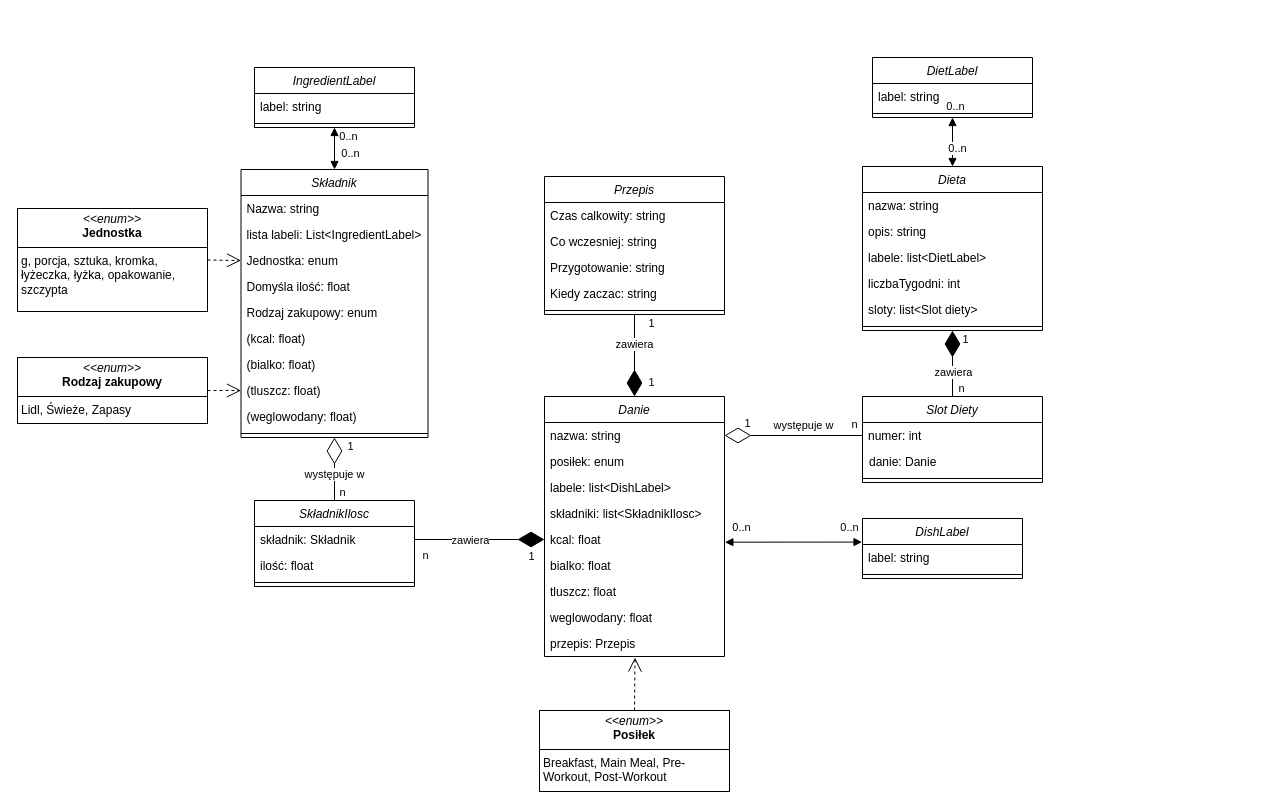
The draw.io diagram conceptual-erd.drawio in 0x41gawor/dietoned-ba, before the edit. Source tidied: cells renumbered, new cells numbered last; positions are measured from the earlier drawing's top-left corner, leaving out a move shared by most shapes. Both pictures are drawn from the tidied source at 100%, with x=0, y=0 at pixel (17, 57).
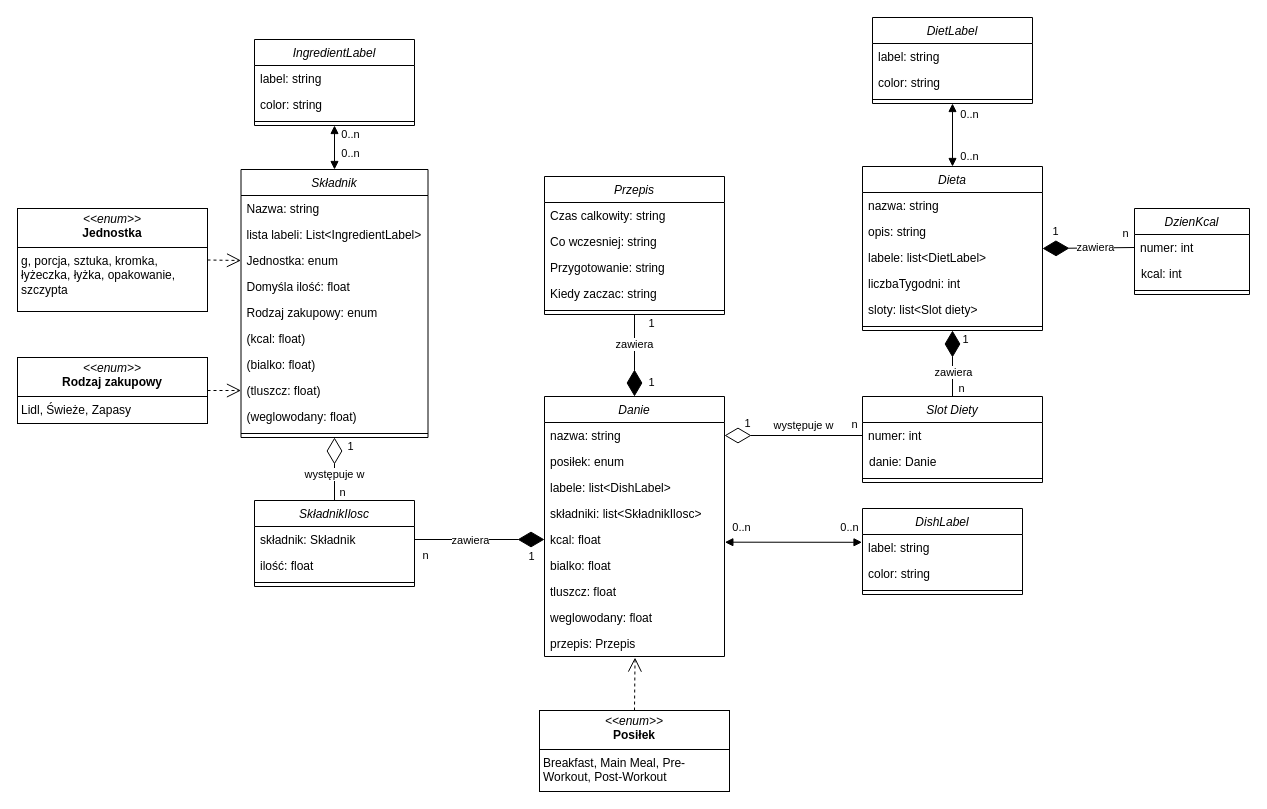
After the change.

The change refers to these unchanged cells:
```xml
<mxCell id="45" value="Dieta" style="swimlane;fontStyle=2;align=center;verticalAlign=top;horizontal=1;startSize=26;rounded=0;shadow=0;strokeWidth=1;" parent="1" vertex="1">
  <mxGeometry x="845" y="109" width="180" height="164" as="geometry" />
</mxCell>
<mxCell id="79" style="endArrow=block;startArrow=block;endFill=1;startFill=1;html=1;entryX=0.5;entryY=1;entryDx=0;entryDy=0;exitX=0.5;exitY=0;exitDx=0;exitDy=0;" parent="1" edge="1" source="45" target="76">
  <mxGeometry relative="1" as="geometry" />
</mxCell>
<mxCell id="85" style="endArrow=block;startArrow=block;endFill=1;startFill=1;html=1;entryX=0.5;entryY=1;entryDx=0;entryDy=0;exitX=0.5;exitY=0;exitDx=0;exitDy=0;" parent="1" edge="1" source="2" target="82">
  <mxGeometry relative="1" as="geometry" />
</mxCell>
```

What changed in the source:
```diff
@@
     <mxCell id="70" value="DishLabel" style="swimlane;fontStyle=2;align=center;verticalAlign=top;horizontal=1;startSize=26;rounded=0;shadow=0;strokeWidth=1;" parent="1" vertex="1">
-      <mxGeometry x="845" y="461" width="160" height="60" as="geometry" />
+      <mxGeometry x="845" y="451" width="160" height="86" as="geometry" />
     </mxCell>
@@
+    <mxCell id="88" value="color: string&#10;" style="text;align=left;verticalAlign=top;spacingLeft=4;spacingRight=4;overflow=hidden;" parent="70" vertex="1">
+      <mxGeometry y="52" width="160" height="26" as="geometry" />
+    </mxCell>
     <mxCell id="72" style="line;html=1;strokeWidth=1;align=left;verticalAlign=middle;spacingTop=-1;spacingLeft=3;spacingRight=3;labelPosition=right;" parent="70" vertex="1">
-      <mxGeometry y="52" width="160" height="8" as="geometry" />
+      <mxGeometry y="78" width="160" height="8" as="geometry" />
     </mxCell>
@@
     <mxCell id="76" value="DietLabel" style="swimlane;fontStyle=2;align=center;verticalAlign=top;horizontal=1;startSize=26;rounded=0;shadow=0;strokeWidth=1;" parent="1" vertex="1">
-      <mxGeometry x="855" width="160" height="60" as="geometry" />
+      <mxGeometry x="855" y="-40" width="160" height="86" as="geometry" />
     </mxCell>
@@
+    <mxCell id="89" value="color: string&#10;" style="text;align=left;verticalAlign=top;spacingLeft=4;spacingRight=4;overflow=hidden;" parent="76" vertex="1">
+      <mxGeometry y="52" width="160" height="26" as="geometry" />
+    </mxCell>
     <mxCell id="78" style="line;html=1;strokeWidth=1;align=left;verticalAlign=middle;spacingTop=-1;spacingLeft=3;spacingRight=3;labelPosition=right;" parent="76" vertex="1">
-      <mxGeometry y="52" width="160" height="8" as="geometry" />
+      <mxGeometry y="78" width="160" height="8" as="geometry" />
     </mxCell>
@@
     <mxCell id="80" value="0..n" style="edgeLabel;html=1;align=center;verticalAlign=middle;" parent="79" vertex="1">
       <mxGeometry x="-0.83" relative="1" as="geometry">
-        <mxPoint x="4" y="-15" as="offset" />
+        <mxPoint x="16" y="-6" as="offset" />
       </mxGeometry>
     </mxCell>
     <mxCell id="81" value="0..n" style="edgeLabel;html=1;align=center;verticalAlign=middle;" parent="79" vertex="1">
       <mxGeometry x="0.81" y="-2" relative="1" as="geometry">
-        <mxPoint y="-17" as="offset" />
+        <mxPoint x="14" y="4" as="offset" />
       </mxGeometry>
     </mxCell>
     <mxCell id="82" value="IngredientLabel" style="swimlane;fontStyle=2;align=center;verticalAlign=top;horizontal=1;startSize=26;rounded=0;shadow=0;strokeWidth=1;" parent="1" vertex="1">
-      <mxGeometry x="237" y="10" width="160" height="60" as="geometry" />
+      <mxGeometry x="237" y="-18" width="160" height="86" as="geometry" />
     </mxCell>
@@
+    <mxCell id="90" value="color: string" style="text;align=left;verticalAlign=top;spacingLeft=4;spacingRight=4;overflow=hidden;" parent="82" vertex="1">
+      <mxGeometry y="52" width="160" height="26" as="geometry" />
+    </mxCell>
     <mxCell id="84" style="line;html=1;strokeWidth=1;align=left;verticalAlign=middle;spacingTop=-1;spacingLeft=3;spacingRight=3;labelPosition=right;" parent="82" vertex="1">
-      <mxGeometry y="52" width="160" height="8" as="geometry" />
+      <mxGeometry y="78" width="160" height="8" as="geometry" />
     </mxCell>
@@
     <mxCell id="87" value="0..n" style="edgeLabel;html=1;align=center;verticalAlign=middle;" parent="85" vertex="1">
       <mxGeometry x="0.81" y="-2" relative="1" as="geometry">
-        <mxPoint x="11" y="4" as="offset" />
+        <mxPoint x="13" y="4" as="offset" />
       </mxGeometry>
     </mxCell>
+    <mxCell id="91" value="DzienKcal" style="swimlane;fontStyle=2;align=center;verticalAlign=top;horizontal=1;startSize=26;rounded=0;shadow=0;strokeWidth=1;" parent="1" vertex="1">
+      <mxGeometry x="1117" y="151" width="115" height="86" as="geometry" />
+    </mxCell>
+    <mxCell id="92" value="numer: int" style="text;align=left;verticalAlign=top;spacingLeft=4;spacingRight=4;overflow=hidden;points=[[0,0.5],[1,0.5]];portConstraint=eastwest;rounded=0;shadow=0;html=0;" parent="91" vertex="1">
+      <mxGeometry y="26" width="115" height="26" as="geometry" />
+    </mxCell>
+    <mxCell id="93" value="kcal: int" style="text;align=left;verticalAlign=top;spacingLeft=5;spacingRight=4;overflow=hidden;rounded=0;shadow=0;html=0;" parent="91" vertex="1">
+      <mxGeometry y="52" width="115" height="26" as="geometry" />
+    </mxCell>
+    <mxCell id="94" style="line;html=1;strokeWidth=1;align=left;verticalAlign=middle;spacingTop=-1;spacingLeft=3;spacingRight=3;labelPosition=right;" parent="91" vertex="1">
+      <mxGeometry y="78" width="115" height="8" as="geometry" />
+    </mxCell>
+    <mxCell id="95" style="endArrow=diamondThin;endFill=1;endSize=24;html=1;rounded=0;exitX=0;exitY=0.5;exitDx=0;exitDy=0;entryX=1;entryY=0.5;entryDx=0;entryDy=0;" parent="1" edge="1" source="92" target="45">
+      <mxGeometry relative="1" as="geometry" />
+    </mxCell>
+    <mxCell id="96" value="zawiera" style="edgeLabel;html=1;align=center;verticalAlign=middle;" parent="95" vertex="1">
+      <mxGeometry x="-0.29" y="-1" relative="1" as="geometry">
+        <mxPoint x="-6" as="offset" />
+      </mxGeometry>
+    </mxCell>
+    <mxCell id="97" value="n" style="edgeLabel;html=1;align=center;verticalAlign=middle;" parent="95" vertex="1">
+      <mxGeometry x="-0.84" y="-1" relative="1" as="geometry">
+        <mxPoint x="-2" y="-14" as="offset" />
+      </mxGeometry>
+    </mxCell>
+    <mxCell id="98" value="1" style="edgeLabel;html=1;align=center;verticalAlign=middle;" parent="95" vertex="1">
+      <mxGeometry x="0.73" y="-3" relative="1" as="geometry">
+        <mxPoint x="1" y="-14" as="offset" />
+      </mxGeometry>
+    </mxCell>
```
